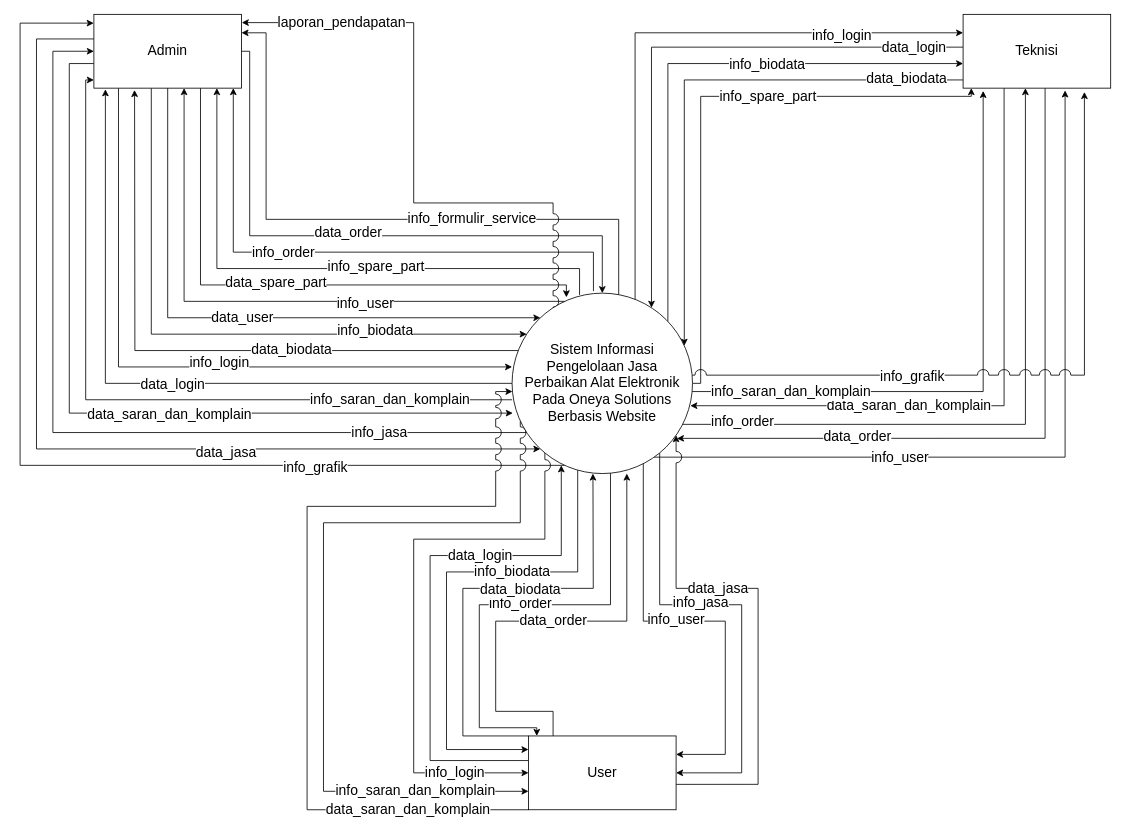
Naveigell/ta2 keeps this draw.io diagram as dfd update/Diagram Konteks.drawio. Above is the earlier version. Source tidied: cells renumbered, new cells numbered last; positions are measured from the earlier drawing's top-left corner, leaving out a move shared by most shapes. Both pictures are drawn from the tidied source at 82%, with x=0, y=0 at pixel (20, 14).
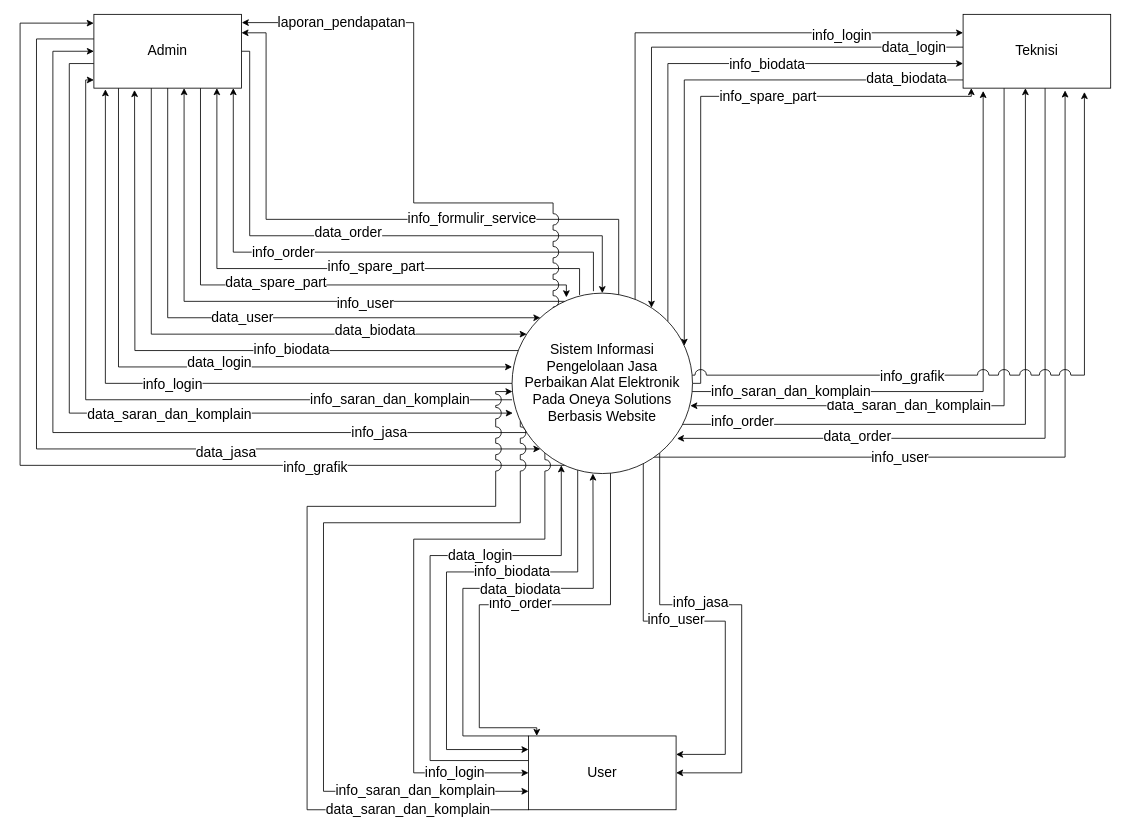
The same page after the edit.

Unchanged cells that the change refers to:
```xml
<mxCell id="2" style="edgeStyle=orthogonalEdgeStyle;rounded=0;jumpStyle=arc;jumpSize=14;jettySize=auto;html=1;fontSize=17;entryX=0;entryY=0.409;entryDx=0;entryDy=0;entryPerimeter=0;" parent="1" edge="1" source="22" target="74">
  <mxGeometry relative="1" as="geometry">
    <Array as="points">
      <mxPoint x="120" y="430" />
    </Array>
  </mxGeometry>
</mxCell>
<mxCell id="4" style="edgeStyle=orthogonalEdgeStyle;rounded=0;jumpStyle=arc;jumpSize=14;jettySize=auto;html=1;fontSize=17;" parent="1" edge="1" source="22" target="74">
  <mxGeometry relative="1" as="geometry">
    <Array as="points">
      <mxPoint x="160" y="390" />
    </Array>
  </mxGeometry>
</mxCell>
<mxCell id="34" style="edgeStyle=orthogonalEdgeStyle;rounded=0;jettySize=auto;html=1;entryX=0.078;entryY=1.015;entryDx=0;entryDy=0;entryPerimeter=0;fontSize=17;jumpStyle=arc;jumpSize=14;" parent="1" edge="1" source="74" target="22">
  <mxGeometry relative="1" as="geometry" />
</mxCell>
<mxCell id="36" style="edgeStyle=orthogonalEdgeStyle;rounded=0;jumpStyle=arc;jumpSize=14;jettySize=auto;html=1;fontSize=17;entryX=0.275;entryY=1.025;entryDx=0;entryDy=0;entryPerimeter=0;" parent="1" edge="1" source="74" target="22">
  <mxGeometry relative="1" as="geometry">
    <Array as="points">
      <mxPoint x="140" y="410" />
      <mxPoint x="140" y="120" />
    </Array>
  </mxGeometry>
</mxCell>
<mxCell id="74" value="Sistem Informasi Pengelolaan Jasa Perbaikan Alat Elektronik Pada Oneya Solutions Berbasis Website" style="ellipse;whiteSpace=wrap;html=1;fontSize=17;spacing=13;" parent="1" vertex="1">
  <mxGeometry x="600" y="340" width="220" height="220" as="geometry" />
</mxCell>
<mxCell id="83" value="User" style="rounded=0;whiteSpace=wrap;html=1;fontSize=17;" parent="1" vertex="1">
  <mxGeometry x="620" y="880" width="180" height="90" as="geometry" />
</mxCell>
```

Change to the diagram source:
```diff
@@
-    <mxCell id="3" value="info_login" style="edgeLabel;html=1;align=center;verticalAlign=middle;fontSize=17;" parent="2" vertex="1">
+    <mxCell id="3" value="data_login" style="edgeLabel;html=1;align=center;verticalAlign=middle;fontSize=17;" parent="2" vertex="1">
       <mxGeometry x="0.13" y="5" relative="1" as="geometry" />
     </mxCell>
@@
-    <mxCell id="5" value="info_biodata" style="edgeLabel;html=1;align=center;verticalAlign=middle;fontSize=17;" parent="4" vertex="1">
+    <mxCell id="5" value="data_biodata" style="edgeLabel;html=1;align=center;verticalAlign=middle;fontSize=17;" parent="4" vertex="1">
       <mxGeometry x="0.51" y="4" relative="1" as="geometry" />
     </mxCell>
@@
-    <mxCell id="35" value="data_login" style="edgeLabel;html=1;align=center;verticalAlign=middle;fontSize=17;" parent="34" vertex="1">
+    <mxCell id="35" value="info_login" style="edgeLabel;html=1;align=center;verticalAlign=middle;fontSize=17;" parent="34" vertex="1">
       <mxGeometry x="-0.03" y="1" relative="1" as="geometry" />
     </mxCell>
@@
-    <mxCell id="37" value="data_biodata" style="edgeLabel;html=1;align=center;verticalAlign=middle;fontSize=17;" parent="36" vertex="1">
+    <mxCell id="37" value="info_biodata" style="edgeLabel;html=1;align=center;verticalAlign=middle;fontSize=17;" parent="36" vertex="1">
       <mxGeometry x="-0.26" y="-1" relative="1" as="geometry">
         <mxPoint x="14" as="offset" />
       </mxGeometry>
     </mxCell>
@@
-    <mxCell id="68" style="edgeStyle=orthogonalEdgeStyle;rounded=0;jumpStyle=arc;jumpSize=14;jettySize=auto;html=1;fontSize=17;exitX=1;exitY=0.656;exitDx=0;exitDy=0;exitPerimeter=0;" parent="1" edge="1" source="83" target="74">
-      <mxGeometry relative="1" as="geometry">
-        <Array as="points">
-          <mxPoint x="900" y="939" />
-          <mxPoint x="900" y="700" />
-          <mxPoint x="800" y="700" />
-        </Array>
-      </mxGeometry>
-    </mxCell>
-    <mxCell id="69" value="data_jasa" style="edgeLabel;html=1;align=center;verticalAlign=middle;fontSize=17;" parent="68" vertex="1">
-      <mxGeometry x="-0.28" y="-2" relative="1" as="geometry">
-        <mxPoint x="-52" y="-114" as="offset" />
-      </mxGeometry>
-    </mxCell>
@@
-    <mxCell id="79" style="edgeStyle=orthogonalEdgeStyle;rounded=0;jumpStyle=arc;jumpSize=14;jettySize=auto;html=1;entryX=0.636;entryY=1;entryDx=0;entryDy=0;entryPerimeter=0;fontSize=17;" parent="1" edge="1" source="83" target="74">
-      <mxGeometry relative="1" as="geometry">
-        <Array as="points">
-          <mxPoint x="650" y="850" />
-          <mxPoint x="580" y="850" />
-          <mxPoint x="580" y="740" />
-          <mxPoint x="740" y="740" />
-        </Array>
-      </mxGeometry>
-    </mxCell>
-    <mxCell id="80" value="data_order" style="edgeLabel;html=1;align=center;verticalAlign=middle;fontSize=17;" parent="79" vertex="1">
-      <mxGeometry x="-0.13" y="1" relative="1" as="geometry">
-        <mxPoint x="40" as="offset" />
-      </mxGeometry>
-    </mxCell>
```
